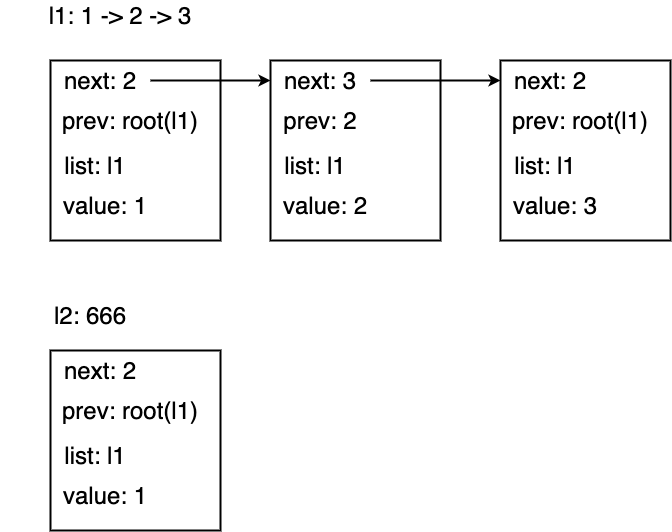
autsu/diagrams keeps this draw.io diagram as go-container/list-swap.png. Above is the earlier version. Source tidied: cells renumbered, new cells last; positions are measured from the earlier drawing's top-left corner, leaving out a move shared by most shapes.
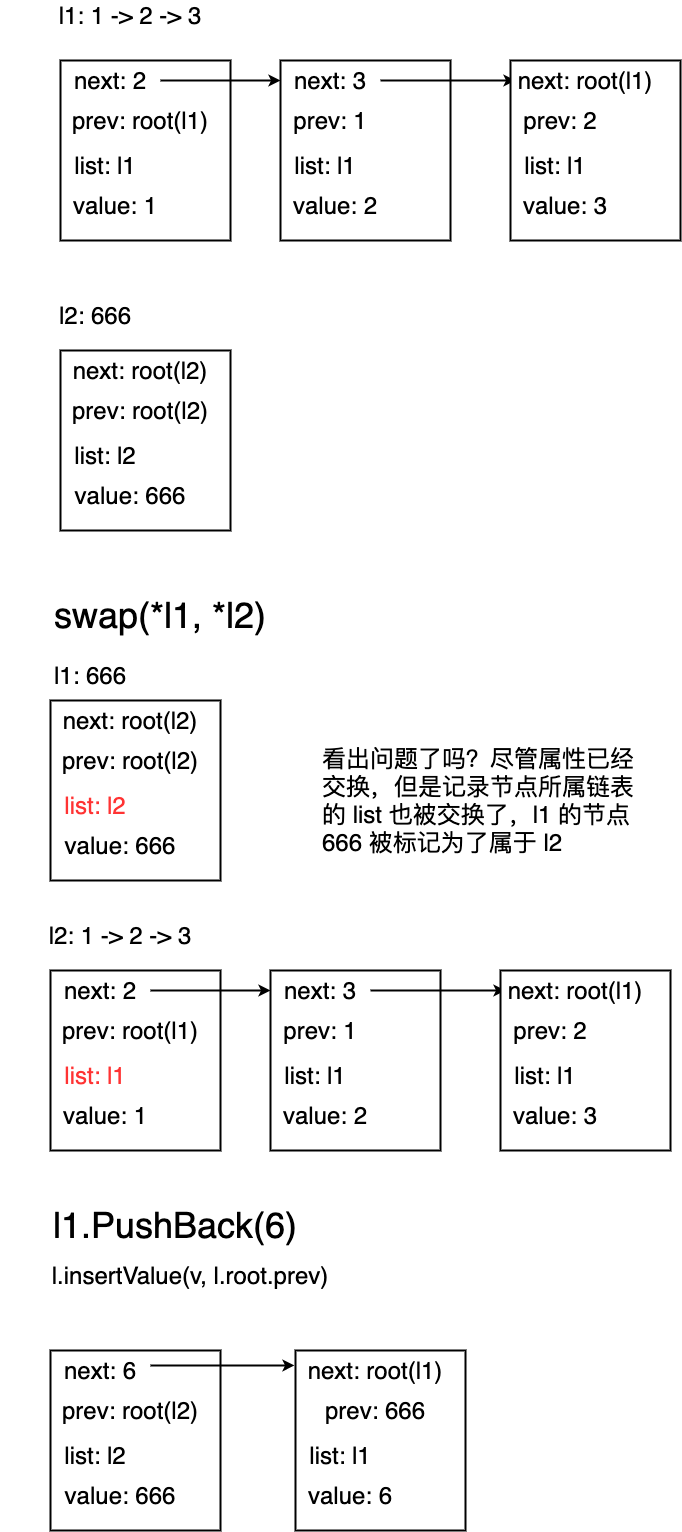
Later version of the same file.

Commit message:
更新go-container/list-swap.png

Diff of the diagram source:
```diff
@@ -32,7 +32,7 @@
     <mxCell id="11" value="&lt;font style=&quot;font-size: 24px&quot;&gt;next: 3&lt;/font&gt;" style="text;html=1;strokeColor=none;fillColor=none;align=center;verticalAlign=middle;whiteSpace=wrap;rounded=0;" parent="1" vertex="1">
       <mxGeometry x="270" y="70" width="100" height="20" as="geometry" />
     </mxCell>
-    <mxCell id="12" value="&lt;font style=&quot;font-size: 24px&quot;&gt;prev: 2&lt;/font&gt;" style="text;html=1;strokeColor=none;fillColor=none;align=center;verticalAlign=middle;whiteSpace=wrap;rounded=0;" parent="1" vertex="1">
+    <mxCell id="12" value="&lt;font style=&quot;font-size: 24px&quot;&gt;prev: 1&lt;/font&gt;" style="text;html=1;strokeColor=none;fillColor=none;align=center;verticalAlign=middle;whiteSpace=wrap;rounded=0;" parent="1" vertex="1">
       <mxGeometry x="250" y="110" width="140" height="20" as="geometry" />
     </mxCell>
     <mxCell id="13" value="&lt;font style=&quot;font-size: 24px&quot;&gt;list: l1&lt;/font&gt;" style="text;html=1;strokeColor=none;fillColor=none;align=center;verticalAlign=middle;whiteSpace=wrap;rounded=0;" parent="1" vertex="1">
@@ -44,11 +44,11 @@
     <mxCell id="15" style="rounded=0;whiteSpace=wrap;html=1;strokeWidth=2;" parent="1" vertex="1">
       <mxGeometry x="500" y="60" width="170" height="180" as="geometry" />
     </mxCell>
-    <mxCell id="16" value="&lt;font style=&quot;font-size: 24px&quot;&gt;next: 2&lt;/font&gt;" style="text;html=1;strokeColor=none;fillColor=none;align=center;verticalAlign=middle;whiteSpace=wrap;rounded=0;" parent="1" vertex="1">
-      <mxGeometry x="500" y="70" width="100" height="20" as="geometry" />
+    <mxCell id="16" value="&lt;font style=&quot;font-size: 24px&quot;&gt;next: root(l1)&lt;/font&gt;" style="text;html=1;strokeColor=none;fillColor=none;align=center;verticalAlign=middle;whiteSpace=wrap;rounded=0;" parent="1" vertex="1">
+      <mxGeometry x="505" y="70" width="140" height="20" as="geometry" />
     </mxCell>
-    <mxCell id="17" value="&lt;font style=&quot;font-size: 24px&quot;&gt;prev: root(l1)&lt;/font&gt;" style="text;html=1;strokeColor=none;fillColor=none;align=center;verticalAlign=middle;whiteSpace=wrap;rounded=0;" parent="1" vertex="1">
-      <mxGeometry x="510" y="110" width="140" height="20" as="geometry" />
+    <mxCell id="17" value="&lt;font style=&quot;font-size: 24px&quot;&gt;prev: 2&lt;/font&gt;" style="text;html=1;strokeColor=none;fillColor=none;align=center;verticalAlign=middle;whiteSpace=wrap;rounded=0;" parent="1" vertex="1">
+      <mxGeometry x="480" y="110" width="140" height="20" as="geometry" />
     </mxCell>
     <mxCell id="18" value="&lt;font style=&quot;font-size: 24px&quot;&gt;list: l1&lt;/font&gt;" style="text;html=1;strokeColor=none;fillColor=none;align=center;verticalAlign=middle;whiteSpace=wrap;rounded=0;" parent="1" vertex="1">
       <mxGeometry x="500" y="150" width="90" height="30" as="geometry" />
@@ -57,22 +57,139 @@
       <mxGeometry x="510" y="190" width="90" height="30" as="geometry" />
     </mxCell>
     <mxCell id="20" value="&lt;font style=&quot;font-size: 24px&quot;&gt;l2: 666&lt;/font&gt;" style="text;html=1;strokeColor=none;fillColor=none;align=center;verticalAlign=middle;whiteSpace=wrap;rounded=0;" parent="1" vertex="1">
-      <mxGeometry y="300" width="180" height="30" as="geometry" />
+      <mxGeometry x="-5" y="300" width="180" height="30" as="geometry" />
     </mxCell>
     <mxCell id="21" style="rounded=0;whiteSpace=wrap;html=1;strokeWidth=2;" parent="1" vertex="1">
       <mxGeometry x="50" y="350" width="170" height="180" as="geometry" />
     </mxCell>
-    <mxCell id="22" value="&lt;font style=&quot;font-size: 24px&quot;&gt;next: 2&lt;/font&gt;" style="text;html=1;strokeColor=none;fillColor=none;align=center;verticalAlign=middle;whiteSpace=wrap;rounded=0;" parent="1" vertex="1">
-      <mxGeometry x="50" y="360" width="100" height="20" as="geometry" />
+    <mxCell id="22" value="&lt;font style=&quot;font-size: 24px&quot;&gt;next:&amp;nbsp;&lt;/font&gt;&lt;span style=&quot;font-size: 24px&quot;&gt;root(l2)&lt;/span&gt;" style="text;html=1;strokeColor=none;fillColor=none;align=center;verticalAlign=middle;whiteSpace=wrap;rounded=0;" parent="1" vertex="1">
+      <mxGeometry x="80" y="360" width="100" height="20" as="geometry" />
     </mxCell>
-    <mxCell id="23" value="&lt;font style=&quot;font-size: 24px&quot;&gt;prev: root(l1)&lt;/font&gt;" style="text;html=1;strokeColor=none;fillColor=none;align=center;verticalAlign=middle;whiteSpace=wrap;rounded=0;" parent="1" vertex="1">
+    <mxCell id="23" value="&lt;font style=&quot;font-size: 24px&quot;&gt;prev: root(l2)&lt;/font&gt;" style="text;html=1;strokeColor=none;fillColor=none;align=center;verticalAlign=middle;whiteSpace=wrap;rounded=0;" parent="1" vertex="1">
       <mxGeometry x="60" y="400" width="140" height="20" as="geometry" />
     </mxCell>
-    <mxCell id="24" value="&lt;font style=&quot;font-size: 24px&quot;&gt;list: l1&lt;/font&gt;" style="text;html=1;strokeColor=none;fillColor=none;align=center;verticalAlign=middle;whiteSpace=wrap;rounded=0;" parent="1" vertex="1">
+    <mxCell id="24" value="&lt;font style=&quot;font-size: 24px&quot;&gt;list: l2&lt;/font&gt;" style="text;html=1;strokeColor=none;fillColor=none;align=center;verticalAlign=middle;whiteSpace=wrap;rounded=0;" parent="1" vertex="1">
       <mxGeometry x="50" y="440" width="90" height="30" as="geometry" />
     </mxCell>
-    <mxCell id="25" value="&lt;font style=&quot;font-size: 24px&quot;&gt;value: 1&lt;/font&gt;" style="text;html=1;strokeColor=none;fillColor=none;align=center;verticalAlign=middle;whiteSpace=wrap;rounded=0;" parent="1" vertex="1">
-      <mxGeometry x="60" y="480" width="90" height="30" as="geometry" />
+    <mxCell id="25" value="&lt;font style=&quot;font-size: 24px&quot;&gt;value: 666&lt;/font&gt;" style="text;html=1;strokeColor=none;fillColor=none;align=center;verticalAlign=middle;whiteSpace=wrap;rounded=0;" parent="1" vertex="1">
+      <mxGeometry x="60" y="480" width="120" height="30" as="geometry" />
     </mxCell>
+    <mxCell id="26" value="&lt;font style=&quot;font-size: 36px&quot;&gt;swap(*l1, *l2)&lt;/font&gt;" style="text;html=1;strokeColor=none;fillColor=none;align=center;verticalAlign=middle;whiteSpace=wrap;rounded=0;" parent="1" vertex="1">
+      <mxGeometry x="30" y="600" width="240" height="30" as="geometry" />
+    </mxCell>
+    <mxCell id="27" value="&lt;font style=&quot;font-size: 24px&quot;&gt;l1: 666&lt;/font&gt;" style="text;html=1;strokeColor=none;fillColor=none;align=center;verticalAlign=middle;whiteSpace=wrap;rounded=0;" parent="1" vertex="1">
+      <mxGeometry x="-10" y="660" width="180" height="30" as="geometry" />
+    </mxCell>
+    <mxCell id="28" value="&lt;font style=&quot;font-size: 24px&quot;&gt;l2: 1 -&amp;gt; 2 -&amp;gt; 3&lt;/font&gt;" style="text;html=1;strokeColor=none;fillColor=none;align=center;verticalAlign=middle;whiteSpace=wrap;rounded=0;" parent="1" vertex="1">
+      <mxGeometry x="20" y="920" width="180" height="30" as="geometry" />
+    </mxCell>
+    <mxCell id="29" style="rounded=0;whiteSpace=wrap;html=1;strokeWidth=2;" parent="1" vertex="1">
+      <mxGeometry x="40" y="700" width="170" height="180" as="geometry" />
+    </mxCell>
+    <mxCell id="30" value="&lt;font style=&quot;font-size: 24px&quot;&gt;next:&amp;nbsp;&lt;/font&gt;&lt;span style=&quot;font-size: 24px&quot;&gt;root(l2)&lt;/span&gt;" style="text;html=1;strokeColor=none;fillColor=none;align=center;verticalAlign=middle;whiteSpace=wrap;rounded=0;" parent="1" vertex="1">
+      <mxGeometry x="70" y="710" width="100" height="20" as="geometry" />
+    </mxCell>
+    <mxCell id="31" value="&lt;font style=&quot;font-size: 24px&quot;&gt;prev: root(l2)&lt;/font&gt;" style="text;html=1;strokeColor=none;fillColor=none;align=center;verticalAlign=middle;whiteSpace=wrap;rounded=0;" parent="1" vertex="1">
+      <mxGeometry x="50" y="750" width="140" height="20" as="geometry" />
+    </mxCell>
+    <mxCell id="32" value="&lt;font style=&quot;font-size: 24px&quot; color=&quot;#ff3333&quot;&gt;list: l2&lt;/font&gt;" style="text;html=1;strokeColor=none;fillColor=none;align=center;verticalAlign=middle;whiteSpace=wrap;rounded=0;" parent="1" vertex="1">
+      <mxGeometry x="40" y="790" width="90" height="30" as="geometry" />
+    </mxCell>
+    <mxCell id="33" value="&lt;font style=&quot;font-size: 24px&quot;&gt;value: 666&lt;/font&gt;" style="text;html=1;strokeColor=none;fillColor=none;align=center;verticalAlign=middle;whiteSpace=wrap;rounded=0;" parent="1" vertex="1">
+      <mxGeometry x="50" y="830" width="120" height="30" as="geometry" />
+    </mxCell>
+    <mxCell id="34" value="&lt;span style=&quot;font-size: 36px&quot;&gt;l1.PushBack(6)&lt;/span&gt;" style="text;html=1;strokeColor=none;fillColor=none;align=center;verticalAlign=middle;whiteSpace=wrap;rounded=0;" parent="1" vertex="1">
+      <mxGeometry x="45" y="1210" width="240" height="30" as="geometry" />
+    </mxCell>
+    <mxCell id="35" style="rounded=0;whiteSpace=wrap;html=1;strokeWidth=2;" parent="1" vertex="1">
+      <mxGeometry x="40" y="1350" width="170" height="180" as="geometry" />
+    </mxCell>
+    <mxCell id="36" style="edgeStyle=orthogonalEdgeStyle;rounded=0;jettySize=auto;html=1;exitX=1;exitY=0.25;exitDx=0;exitDy=0;entryX=-0.006;entryY=0.083;entryDx=0;entryDy=0;entryPerimeter=0;strokeWidth=2;" parent="1" edge="1" source="37" target="41">
+      <mxGeometry relative="1" as="geometry" />
+    </mxCell>
+    <mxCell id="37" value="&lt;font style=&quot;font-size: 24px&quot;&gt;next:&amp;nbsp;&lt;/font&gt;&lt;span style=&quot;font-size: 24px&quot;&gt;6&lt;/span&gt;" style="text;html=1;strokeColor=none;fillColor=none;align=center;verticalAlign=middle;whiteSpace=wrap;rounded=0;" parent="1" vertex="1">
+      <mxGeometry x="40" y="1360" width="100" height="20" as="geometry" />
+    </mxCell>
+    <mxCell id="38" value="&lt;font style=&quot;font-size: 24px&quot;&gt;prev: root(l2)&lt;/font&gt;" style="text;html=1;strokeColor=none;fillColor=none;align=center;verticalAlign=middle;whiteSpace=wrap;rounded=0;" parent="1" vertex="1">
+      <mxGeometry x="50" y="1400" width="140" height="20" as="geometry" />
+    </mxCell>
+    <mxCell id="39" value="&lt;font style=&quot;font-size: 24px&quot;&gt;list: l2&lt;/font&gt;" style="text;html=1;strokeColor=none;fillColor=none;align=center;verticalAlign=middle;whiteSpace=wrap;rounded=0;" parent="1" vertex="1">
+      <mxGeometry x="40" y="1440" width="90" height="30" as="geometry" />
+    </mxCell>
+    <mxCell id="40" value="&lt;font style=&quot;font-size: 24px&quot;&gt;value: 666&lt;/font&gt;" style="text;html=1;strokeColor=none;fillColor=none;align=center;verticalAlign=middle;whiteSpace=wrap;rounded=0;" parent="1" vertex="1">
+      <mxGeometry x="50" y="1480" width="120" height="30" as="geometry" />
+    </mxCell>
+    <mxCell id="41" style="rounded=0;whiteSpace=wrap;html=1;strokeWidth=2;" parent="1" vertex="1">
+      <mxGeometry x="285" y="1350" width="170" height="180" as="geometry" />
+    </mxCell>
+    <mxCell id="42" value="&lt;font style=&quot;font-size: 24px&quot;&gt;next:&amp;nbsp;&lt;/font&gt;&lt;span style=&quot;font-size: 24px&quot;&gt;root(l1)&lt;/span&gt;" style="text;html=1;strokeColor=none;fillColor=none;align=center;verticalAlign=middle;whiteSpace=wrap;rounded=0;" parent="1" vertex="1">
+      <mxGeometry x="315" y="1360" width="100" height="20" as="geometry" />
+    </mxCell>
+    <mxCell id="43" value="&lt;font style=&quot;font-size: 24px&quot;&gt;prev: 666&lt;/font&gt;" style="text;html=1;strokeColor=none;fillColor=none;align=center;verticalAlign=middle;whiteSpace=wrap;rounded=0;" parent="1" vertex="1">
+      <mxGeometry x="295" y="1400" width="140" height="20" as="geometry" />
+    </mxCell>
+    <mxCell id="44" value="&lt;font style=&quot;font-size: 24px&quot;&gt;list: l1&lt;/font&gt;" style="text;html=1;strokeColor=none;fillColor=none;align=center;verticalAlign=middle;whiteSpace=wrap;rounded=0;" parent="1" vertex="1">
+      <mxGeometry x="285" y="1440" width="90" height="30" as="geometry" />
+    </mxCell>
+    <mxCell id="45" value="&lt;font style=&quot;font-size: 24px&quot;&gt;value: 6&lt;/font&gt;" style="text;html=1;strokeColor=none;fillColor=none;align=center;verticalAlign=middle;whiteSpace=wrap;rounded=0;" parent="1" vertex="1">
+      <mxGeometry x="280" y="1480" width="120" height="30" as="geometry" />
+    </mxCell>
+    <mxCell id="46" value="&lt;font style=&quot;font-size: 24px&quot;&gt;看出问题了吗？尽管属性已经交换，但是记录节点所属链表的 list 也被交换了，l1 的节点666 被标记为了属于 l2&lt;/font&gt;" style="text;html=1;strokeColor=none;fillColor=none;align=left;verticalAlign=middle;whiteSpace=wrap;rounded=0;" parent="1" vertex="1">
+      <mxGeometry x="310" y="750" width="330" height="100" as="geometry" />
+    </mxCell>
+    <mxCell id="47" value="&lt;font style=&quot;font-size: 24px&quot;&gt;l.insertValue(v, l.root.prev)&lt;/font&gt;" style="text;html=1;strokeColor=none;fillColor=none;align=center;verticalAlign=middle;whiteSpace=wrap;rounded=0;" parent="1" vertex="1">
+      <mxGeometry x="30" y="1260" width="300" height="30" as="geometry" />
+    </mxCell>
+    <mxCell id="48" style="rounded=0;whiteSpace=wrap;html=1;strokeWidth=2;" parent="1" vertex="1">
+      <mxGeometry x="40" y="970" width="170" height="180" as="geometry" />
+    </mxCell>
+    <mxCell id="49" style="edgeStyle=orthogonalEdgeStyle;rounded=0;jettySize=auto;html=1;exitX=1;exitY=0.5;exitDx=0;exitDy=0;entryX=0;entryY=0.5;entryDx=0;entryDy=0;strokeWidth=2;" parent="1" edge="1" source="50" target="56">
+      <mxGeometry relative="1" as="geometry" />
+    </mxCell>
+    <mxCell id="50" value="&lt;font style=&quot;font-size: 24px&quot;&gt;next: 2&lt;/font&gt;" style="text;html=1;strokeColor=none;fillColor=none;align=center;verticalAlign=middle;whiteSpace=wrap;rounded=0;" parent="1" vertex="1">
+      <mxGeometry x="40" y="980" width="100" height="20" as="geometry" />
+    </mxCell>
+    <mxCell id="51" value="&lt;font style=&quot;font-size: 24px&quot;&gt;prev: root(l1)&lt;/font&gt;" style="text;html=1;strokeColor=none;fillColor=none;align=center;verticalAlign=middle;whiteSpace=wrap;rounded=0;" parent="1" vertex="1">
+      <mxGeometry x="50" y="1020" width="140" height="20" as="geometry" />
+    </mxCell>
+    <mxCell id="52" value="&lt;font style=&quot;font-size: 24px&quot; color=&quot;#ff3333&quot;&gt;list: l1&lt;/font&gt;" style="text;html=1;strokeColor=none;fillColor=none;align=center;verticalAlign=middle;whiteSpace=wrap;rounded=0;" parent="1" vertex="1">
+      <mxGeometry x="40" y="1060" width="90" height="30" as="geometry" />
+    </mxCell>
+    <mxCell id="53" value="&lt;font style=&quot;font-size: 24px&quot;&gt;value: 1&lt;/font&gt;" style="text;html=1;strokeColor=none;fillColor=none;align=center;verticalAlign=middle;whiteSpace=wrap;rounded=0;" parent="1" vertex="1">
+      <mxGeometry x="50" y="1100" width="90" height="30" as="geometry" />
+    </mxCell>
+    <mxCell id="54" style="rounded=0;whiteSpace=wrap;html=1;strokeWidth=2;" parent="1" vertex="1">
+      <mxGeometry x="260" y="970" width="170" height="180" as="geometry" />
+    </mxCell>
+    <mxCell id="55" style="edgeStyle=orthogonalEdgeStyle;rounded=0;jettySize=auto;html=1;exitX=1;exitY=0.5;exitDx=0;exitDy=0;entryX=0;entryY=0.5;entryDx=0;entryDy=0;strokeWidth=2;" parent="1" edge="1" source="56" target="61">
+      <mxGeometry relative="1" as="geometry" />
+    </mxCell>
+    <mxCell id="56" value="&lt;font style=&quot;font-size: 24px&quot;&gt;next: 3&lt;/font&gt;" style="text;html=1;strokeColor=none;fillColor=none;align=center;verticalAlign=middle;whiteSpace=wrap;rounded=0;" parent="1" vertex="1">
+      <mxGeometry x="260" y="980" width="100" height="20" as="geometry" />
+    </mxCell>
+    <mxCell id="57" value="&lt;font style=&quot;font-size: 24px&quot;&gt;prev: 1&lt;/font&gt;" style="text;html=1;strokeColor=none;fillColor=none;align=center;verticalAlign=middle;whiteSpace=wrap;rounded=0;" parent="1" vertex="1">
+      <mxGeometry x="240" y="1020" width="140" height="20" as="geometry" />
+    </mxCell>
+    <mxCell id="58" value="&lt;font style=&quot;font-size: 24px&quot;&gt;list: l1&lt;/font&gt;" style="text;html=1;strokeColor=none;fillColor=none;align=center;verticalAlign=middle;whiteSpace=wrap;rounded=0;" parent="1" vertex="1">
+      <mxGeometry x="260" y="1060" width="90" height="30" as="geometry" />
+    </mxCell>
+    <mxCell id="59" value="&lt;font style=&quot;font-size: 24px&quot;&gt;value: 2&lt;/font&gt;" style="text;html=1;strokeColor=none;fillColor=none;align=center;verticalAlign=middle;whiteSpace=wrap;rounded=0;" parent="1" vertex="1">
+      <mxGeometry x="270" y="1100" width="90" height="30" as="geometry" />
+    </mxCell>
+    <mxCell id="60" style="rounded=0;whiteSpace=wrap;html=1;strokeWidth=2;" parent="1" vertex="1">
+      <mxGeometry x="490" y="970" width="170" height="180" as="geometry" />
+    </mxCell>
+    <mxCell id="61" value="&lt;font style=&quot;font-size: 24px&quot;&gt;next: root(l1)&lt;/font&gt;" style="text;html=1;strokeColor=none;fillColor=none;align=center;verticalAlign=middle;whiteSpace=wrap;rounded=0;" parent="1" vertex="1">
+      <mxGeometry x="495" y="980" width="140" height="20" as="geometry" />
+    </mxCell>
+    <mxCell id="62" value="&lt;font style=&quot;font-size: 24px&quot;&gt;prev: 2&lt;/font&gt;" style="text;html=1;strokeColor=none;fillColor=none;align=center;verticalAlign=middle;whiteSpace=wrap;rounded=0;" parent="1" vertex="1">
+      <mxGeometry x="470" y="1020" width="140" height="20" as="geometry" />
+    </mxCell>
+    <mxCell id="63" value="&lt;font style=&quot;font-size: 24px&quot;&gt;list: l1&lt;/font&gt;" style="text;html=1;strokeColor=none;fillColor=none;align=center;verticalAlign=middle;whiteSpace=wrap;rounded=0;" parent="1" vertex="1">
+      <mxGeometry x="490" y="1060" width="90" height="30" as="geometry" />
+    </mxCell>
+    <mxCell id="64" value="&lt;font style=&quot;font-size: 24px&quot;&gt;value: 3&lt;/font&gt;" style="text;html=1;strokeColor=none;fillColor=none;align=center;verticalAlign=middle;whiteSpace=wrap;rounded=0;" parent="1" vertex="1">
+      <mxGeometry x="500" y="1100" width="90" height="30" as="geometry" />
+    </mxCell>
   </root>
 </mxGraphModel>
```
